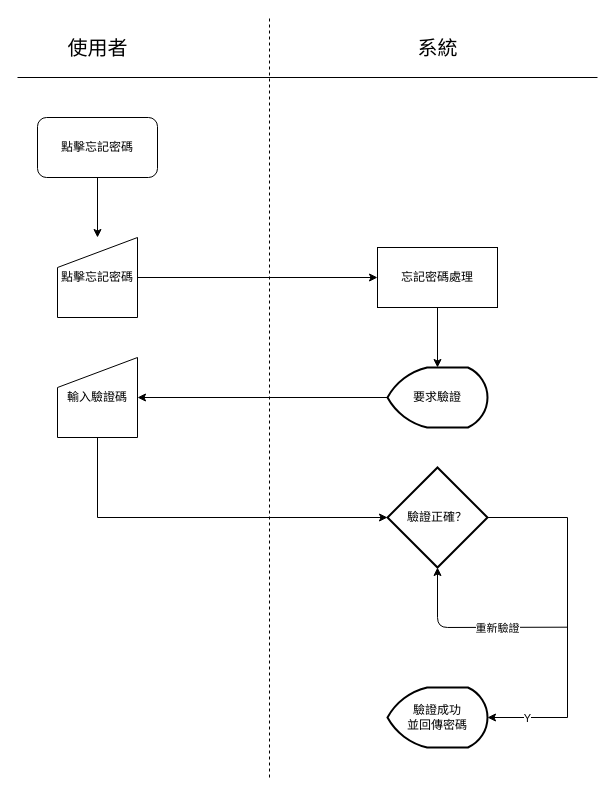
Above: 流程圖/原檔/忘記密碼.drawio in TYChicode/deepbowl (draw.io), before the change. Source tidied: cells renumbered, new cells numbered last; positions are measured from the earlier drawing's top-left corner, leaving out a move shared by most shapes. Both pictures are drawn from the tidied source at 100%, with x=0, y=0 at pixel (17, 17).
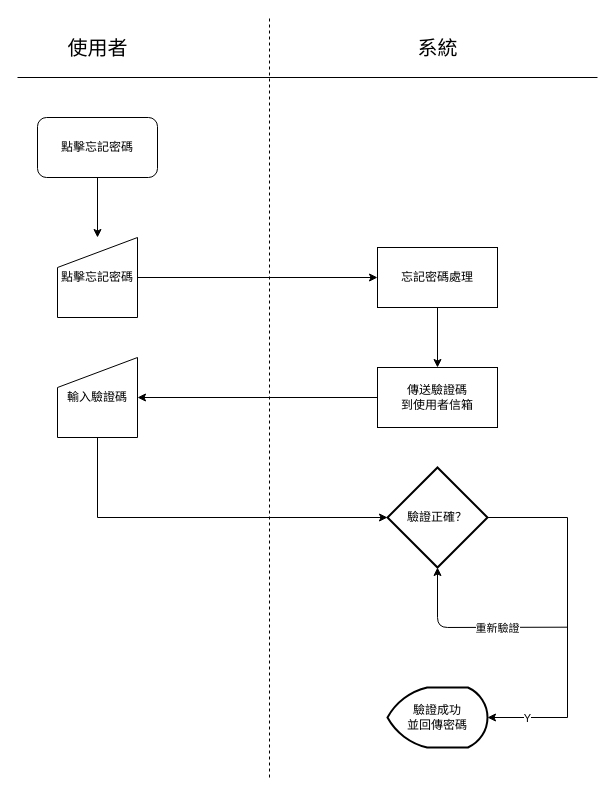
The same diagram, later.

The change refers to these unchanged cells:
```xml
<mxCell id="10" value="忘記密碼處理" style="rounded=0;whiteSpace=wrap;html=1;" parent="1" vertex="1">
  <mxGeometry x="360" y="230" width="120" height="60" as="geometry" />
</mxCell>
<mxCell id="14" value="輸入驗證碼" style="shape=manualInput;whiteSpace=wrap;html=1;" parent="1" vertex="1">
  <mxGeometry x="40" y="340" width="80" height="80" as="geometry" />
</mxCell>
```

What changed in the source:
```diff
@@
-    <mxCell id="9" style="edgeStyle=orthogonalEdgeStyle;rounded=0;jettySize=auto;html=1;exitX=0.5;exitY=1;exitDx=0;exitDy=0;entryX=0.5;entryY=0;entryDx=0;entryDy=0;entryPerimeter=0;" parent="1" edge="1" source="10" target="12">
-      <mxGeometry relative="1" as="geometry" />
-    </mxCell>
+    <mxCell id="22" style="edgeStyle=orthogonalEdgeStyle;rounded=0;jettySize=auto;html=1;exitX=0.5;exitY=1;exitDx=0;exitDy=0;entryX=0.5;entryY=0;entryDx=0;entryDy=0;" parent="1" edge="1" source="10" target="23">
+      <mxGeometry relative="1" as="geometry" />
+    </mxCell>
@@
-    <mxCell id="11" style="edgeStyle=orthogonalEdgeStyle;rounded=0;jettySize=auto;html=1;exitX=0;exitY=0.5;exitDx=0;exitDy=0;exitPerimeter=0;entryX=1;entryY=0.5;entryDx=0;entryDy=0;" parent="1" edge="1" source="12" target="14">
+    <mxCell id="11" style="edgeStyle=orthogonalEdgeStyle;rounded=0;jettySize=auto;html=1;entryX=1;entryY=0.5;entryDx=0;entryDy=0;exitX=0;exitY=0.5;exitDx=0;exitDy=0;" parent="1" edge="1" source="23" target="14">
       <mxGeometry relative="1" as="geometry" />
     </mxCell>
-    <mxCell id="12" value="要求驗證" style="strokeWidth=2;html=1;shape=mxgraph.flowchart.display;whiteSpace=wrap;" parent="1" vertex="1">
-      <mxGeometry x="370" y="350" width="100" height="60" as="geometry" />
-    </mxCell>
@@
+    <mxCell id="23" value="傳送驗證碼&lt;br&gt;到使用者信箱" style="rounded=0;whiteSpace=wrap;html=1;" parent="1" vertex="1">
+      <mxGeometry x="360" y="350" width="120" height="60" as="geometry" />
+    </mxCell>
```
